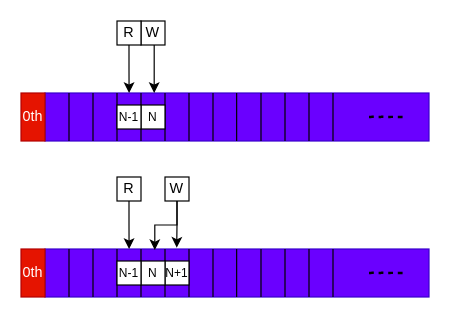
Earlier version of the draw.io diagram Form Workshop/images/sb4.drawio (AnaIPereira/Presentations). Source tidied: cells renumbered, new cells numbered last; positions are measured from the earlier drawing's top-left corner, leaving out a move shared by most shapes. Both pictures are drawn from the tidied source at 120%, with x=0, y=0 at pixel (20, 20).
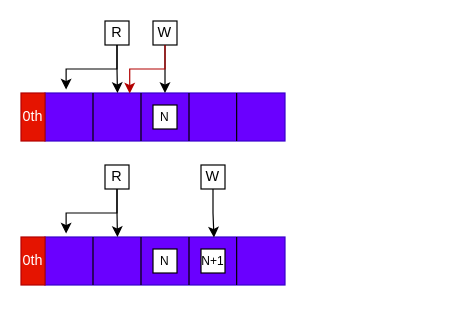
The same page after the edit.

Change to the diagram source:
```diff
@@
     <mxCell id="2" style="rounded=0;whiteSpace=wrap;html=1;fillColor=light-dark(#6A00FF,#7F00FF);strokeColor=#3700CC;fontColor=#ffffff;" parent="1" vertex="1">
-      <mxGeometry x="20" y="60" width="320" height="40" as="geometry" />
+      <mxGeometry x="20" y="60" width="200" height="40" as="geometry" />
     </mxCell>
@@
-    <mxCell id="4" style="endArrow=none;html=1;rounded=0;" parent="1" edge="1">
-      <mxGeometry relative="1" as="geometry">
-        <mxPoint x="40" y="100" as="sourcePoint" />
-        <mxPoint x="40" y="60" as="targetPoint" />
-      </mxGeometry>
-    </mxCell>
-    <mxCell id="5" style="endArrow=none;html=1;rounded=0;" parent="1" edge="1">
-      <mxGeometry relative="1" as="geometry">
-        <mxPoint x="80" y="100" as="sourcePoint" />
-        <mxPoint x="80" y="60" as="targetPoint" />
-      </mxGeometry>
-    </mxCell>
@@
-    <mxCell id="7" style="endArrow=none;html=1;rounded=0;" parent="1" edge="1">
-      <mxGeometry relative="1" as="geometry">
-        <mxPoint x="120" y="100" as="sourcePoint" />
-        <mxPoint x="120" y="60" as="targetPoint" />
-      </mxGeometry>
-    </mxCell>
@@
-    <mxCell id="9" style="endArrow=none;html=1;rounded=0;" parent="1" edge="1">
-      <mxGeometry relative="1" as="geometry">
-        <mxPoint x="200" y="100" as="sourcePoint" />
-        <mxPoint x="200" y="60" as="targetPoint" />
-      </mxGeometry>
-    </mxCell>
-    <mxCell id="10" style="endArrow=none;html=1;rounded=0;" parent="1" edge="1">
-      <mxGeometry relative="1" as="geometry">
-        <mxPoint x="160" y="100" as="sourcePoint" />
-        <mxPoint x="160" y="60" as="targetPoint" />
-      </mxGeometry>
-    </mxCell>
@@
-    <mxCell id="12" style="endArrow=none;dashed=1;html=1;dashPattern=1 3;strokeWidth=2;rounded=0;" parent="1" edge="1">
-      <mxGeometry relative="1" as="geometry">
-        <mxPoint x="290" y="80" as="sourcePoint" />
-        <mxPoint x="289" y="79.7" as="targetPoint" />
-        <Array as="points">
-          <mxPoint x="320" y="80" />
-        </Array>
-      </mxGeometry>
-    </mxCell>
-    <mxCell id="13" style="endArrow=none;html=1;rounded=0;" parent="1" edge="1">
-      <mxGeometry relative="1" as="geometry">
-        <mxPoint x="240" y="100" as="sourcePoint" />
-        <mxPoint x="240" y="60" as="targetPoint" />
-      </mxGeometry>
-    </mxCell>
-    <mxCell id="14" style="endArrow=none;html=1;rounded=0;" parent="1" edge="1">
-      <mxGeometry relative="1" as="geometry">
-        <mxPoint x="260" y="100" as="sourcePoint" />
-        <mxPoint x="260" y="60" as="targetPoint" />
-      </mxGeometry>
-    </mxCell>
-    <mxCell id="15" style="endArrow=none;html=1;rounded=0;" parent="1" edge="1">
-      <mxGeometry relative="1" as="geometry">
-        <mxPoint x="220" y="100" as="sourcePoint" />
-        <mxPoint x="220" y="60" as="targetPoint" />
-      </mxGeometry>
-    </mxCell>
@@
+    <mxCell id="46" style="edgeStyle=orthogonalEdgeStyle;rounded=0;jettySize=auto;html=1;entryX=0.5;entryY=0;entryDx=0;entryDy=0;" parent="1" edge="1" source="17" target="2">
+      <mxGeometry relative="1" as="geometry" />
+    </mxCell>
     <mxCell id="17" value="W" style="rounded=0;whiteSpace=wrap;html=1;" parent="1" vertex="1">
-      <mxGeometry x="100" width="20" height="20" as="geometry" />
+      <mxGeometry x="110" width="20" height="20" as="geometry" />
     </mxCell>
-    <mxCell id="18" style="edgeStyle=orthogonalEdgeStyle;rounded=0;jettySize=auto;html=1;" parent="1" edge="1" source="17">
-      <mxGeometry relative="1" as="geometry">
-        <mxPoint x="111" y="60" as="targetPoint" />
-        <Array as="points">
-          <mxPoint x="110" y="60" />
-        </Array>
-      </mxGeometry>
-    </mxCell>
     <mxCell id="19" value="R" style="rounded=0;whiteSpace=wrap;html=1;" parent="1" vertex="1">
-      <mxGeometry x="80" width="20" height="20" as="geometry" />
+      <mxGeometry x="70" width="20" height="20" as="geometry" />
     </mxCell>
-    <mxCell id="20" style="edgeStyle=orthogonalEdgeStyle;rounded=0;jettySize=auto;html=1;entryX=0.219;entryY=0;entryDx=0;entryDy=0;entryPerimeter=0;" parent="1" edge="1" source="19" target="2">
-      <mxGeometry relative="1" as="geometry" />
-    </mxCell>
-    <mxCell id="21" style="rounded=0;whiteSpace=wrap;html=1;fillColor=light-dark(#6A00FF,#7F00FF);strokeColor=#3700CC;fontColor=#ffffff;" parent="1" vertex="1">
-      <mxGeometry x="20" y="190" width="320" height="40" as="geometry" />
-    </mxCell>
-    <mxCell id="22" style="endArrow=none;html=1;rounded=0;" parent="1" edge="1">
-      <mxGeometry relative="1" as="geometry">
-        <mxPoint x="100" y="230" as="sourcePoint" />
-        <mxPoint x="100" y="190" as="targetPoint" />
-      </mxGeometry>
-    </mxCell>
-    <mxCell id="23" style="endArrow=none;html=1;rounded=0;" parent="1" edge="1">
-      <mxGeometry relative="1" as="geometry">
-        <mxPoint x="40" y="230" as="sourcePoint" />
-        <mxPoint x="40" y="190" as="targetPoint" />
-      </mxGeometry>
-    </mxCell>
-    <mxCell id="24" style="endArrow=none;html=1;rounded=0;" parent="1" edge="1">
-      <mxGeometry relative="1" as="geometry">
-        <mxPoint x="80" y="230" as="sourcePoint" />
-        <mxPoint x="80" y="190" as="targetPoint" />
-      </mxGeometry>
-    </mxCell>
-    <mxCell id="25" style="endArrow=none;html=1;rounded=0;" parent="1" edge="1">
-      <mxGeometry relative="1" as="geometry">
-        <mxPoint x="60" y="230" as="sourcePoint" />
-        <mxPoint x="60" y="190" as="targetPoint" />
-      </mxGeometry>
-    </mxCell>
-    <mxCell id="26" style="endArrow=none;html=1;rounded=0;" parent="1" edge="1">
-      <mxGeometry relative="1" as="geometry">
-        <mxPoint x="120" y="230" as="sourcePoint" />
-        <mxPoint x="120" y="190" as="targetPoint" />
-      </mxGeometry>
-    </mxCell>
-    <mxCell id="27" style="endArrow=none;html=1;rounded=0;" parent="1" edge="1">
-      <mxGeometry relative="1" as="geometry">
-        <mxPoint x="179.7" y="230" as="sourcePoint" />
-        <mxPoint x="179.7" y="190" as="targetPoint" />
-      </mxGeometry>
-    </mxCell>
-    <mxCell id="28" style="endArrow=none;html=1;rounded=0;" parent="1" edge="1">
-      <mxGeometry relative="1" as="geometry">
-        <mxPoint x="200" y="230" as="sourcePoint" />
-        <mxPoint x="200" y="190" as="targetPoint" />
-      </mxGeometry>
-    </mxCell>
-    <mxCell id="29" style="endArrow=none;html=1;rounded=0;" parent="1" edge="1">
-      <mxGeometry relative="1" as="geometry">
-        <mxPoint x="160" y="230" as="sourcePoint" />
-        <mxPoint x="160" y="190" as="targetPoint" />
-      </mxGeometry>
-    </mxCell>
-    <mxCell id="30" style="endArrow=none;html=1;rounded=0;" parent="1" edge="1">
-      <mxGeometry relative="1" as="geometry">
-        <mxPoint x="140" y="230" as="sourcePoint" />
-        <mxPoint x="140" y="190" as="targetPoint" />
-      </mxGeometry>
-    </mxCell>
-    <mxCell id="31" style="endArrow=none;dashed=1;html=1;dashPattern=1 3;strokeWidth=2;rounded=0;" parent="1" edge="1">
-      <mxGeometry relative="1" as="geometry">
-        <mxPoint x="290" y="210" as="sourcePoint" />
-        <mxPoint x="289" y="209.7" as="targetPoint" />
-        <Array as="points">
-          <mxPoint x="320" y="210" />
-        </Array>
-      </mxGeometry>
-    </mxCell>
-    <mxCell id="32" style="endArrow=none;html=1;rounded=0;" parent="1" edge="1">
-      <mxGeometry relative="1" as="geometry">
-        <mxPoint x="240" y="230" as="sourcePoint" />
-        <mxPoint x="240" y="190" as="targetPoint" />
-      </mxGeometry>
-    </mxCell>
-    <mxCell id="33" style="endArrow=none;html=1;rounded=0;" parent="1" edge="1">
-      <mxGeometry relative="1" as="geometry">
-        <mxPoint x="260" y="230" as="sourcePoint" />
-        <mxPoint x="260" y="190" as="targetPoint" />
-      </mxGeometry>
-    </mxCell>
-    <mxCell id="34" style="endArrow=none;html=1;rounded=0;" parent="1" edge="1">
-      <mxGeometry relative="1" as="geometry">
-        <mxPoint x="220" y="230" as="sourcePoint" />
-        <mxPoint x="220" y="190" as="targetPoint" />
-      </mxGeometry>
-    </mxCell>
+    <mxCell id="41" value="&lt;font style=&quot;font-size: 10px;&quot;&gt;N&lt;/font&gt;" style="rounded=0;whiteSpace=wrap;html=1;" parent="1" vertex="1">
+      <mxGeometry x="110" y="70" width="20" height="20" as="geometry" />
+    </mxCell>
+    <mxCell id="47" style="edgeStyle=orthogonalEdgeStyle;rounded=0;jettySize=auto;html=1;entryX=0.302;entryY=0.001;entryDx=0;entryDy=0;entryPerimeter=0;" parent="1" edge="1" source="19" target="2">
+      <mxGeometry relative="1" as="geometry" />
+    </mxCell>
+    <mxCell id="48" style="edgeStyle=orthogonalEdgeStyle;rounded=0;jettySize=auto;html=1;entryX=0.088;entryY=-0.073;entryDx=0;entryDy=0;entryPerimeter=0;" parent="1" edge="1" source="19" target="2">
+      <mxGeometry relative="1" as="geometry" />
+    </mxCell>
+    <mxCell id="49" style="rounded=0;whiteSpace=wrap;html=1;fillColor=light-dark(#6A00FF,#7F00FF);strokeColor=#3700CC;fontColor=#ffffff;" parent="1" vertex="1">
+      <mxGeometry x="20" y="180" width="200" height="40" as="geometry" />
+    </mxCell>
+    <mxCell id="50" style="endArrow=none;html=1;rounded=0;" parent="1" edge="1">
+      <mxGeometry relative="1" as="geometry">
+        <mxPoint x="100" y="220" as="sourcePoint" />
+        <mxPoint x="100" y="180" as="targetPoint" />
+      </mxGeometry>
+    </mxCell>
+    <mxCell id="51" style="endArrow=none;html=1;rounded=0;" parent="1" edge="1">
+      <mxGeometry relative="1" as="geometry">
+        <mxPoint x="60" y="220" as="sourcePoint" />
+        <mxPoint x="60" y="180" as="targetPoint" />
+      </mxGeometry>
+    </mxCell>
+    <mxCell id="52" style="endArrow=none;html=1;rounded=0;" parent="1" edge="1">
+      <mxGeometry relative="1" as="geometry">
+        <mxPoint x="179.7" y="220" as="sourcePoint" />
+        <mxPoint x="179.7" y="180" as="targetPoint" />
+      </mxGeometry>
+    </mxCell>
+    <mxCell id="53" style="endArrow=none;html=1;rounded=0;" parent="1" edge="1">
+      <mxGeometry relative="1" as="geometry">
+        <mxPoint x="140" y="220" as="sourcePoint" />
+        <mxPoint x="140" y="180" as="targetPoint" />
+      </mxGeometry>
+    </mxCell>
     <mxCell id="35" value="0th" style="rounded=0;whiteSpace=wrap;html=1;fillColor=#e51400;fontColor=#ffffff;strokeColor=#B20000;" parent="1" vertex="1">
-      <mxGeometry y="190" width="20" height="40" as="geometry" />
+      <mxGeometry y="180" width="20" height="40" as="geometry" />
     </mxCell>
     <mxCell id="36" value="W" style="rounded=0;whiteSpace=wrap;html=1;" parent="1" vertex="1">
-      <mxGeometry x="120" y="130" width="20" height="20" as="geometry" />
+      <mxGeometry x="150" y="120" width="20" height="20" as="geometry" />
     </mxCell>
     <mxCell id="37" value="R" style="rounded=0;whiteSpace=wrap;html=1;" parent="1" vertex="1">
-      <mxGeometry x="80" y="130" width="20" height="20" as="geometry" />
+      <mxGeometry x="70" y="120" width="20" height="20" as="geometry" />
     </mxCell>
-    <mxCell id="38" style="edgeStyle=orthogonalEdgeStyle;rounded=0;jettySize=auto;html=1;entryX=0.219;entryY=0;entryDx=0;entryDy=0;entryPerimeter=0;" parent="1" edge="1" source="37" target="21">
-      <mxGeometry relative="1" as="geometry" />
-    </mxCell>
-    <mxCell id="39" style="edgeStyle=orthogonalEdgeStyle;rounded=0;jettySize=auto;html=1;entryX=0.343;entryY=-0.028;entryDx=0;entryDy=0;entryPerimeter=0;" parent="1" edge="1" source="36" target="21">
-      <mxGeometry relative="1" as="geometry" />
-    </mxCell>
-    <mxCell id="40" style="edgeStyle=orthogonalEdgeStyle;rounded=0;jettySize=auto;html=1;entryX=0.286;entryY=0.023;entryDx=0;entryDy=0;entryPerimeter=0;" parent="1" edge="1" source="36" target="21">
-      <mxGeometry relative="1" as="geometry" />
-    </mxCell>
-    <mxCell id="41" value="&lt;font style=&quot;font-size: 10px;&quot;&gt;N&lt;/font&gt;" style="rounded=0;whiteSpace=wrap;html=1;" parent="1" vertex="1">
-      <mxGeometry x="100" y="70" width="20" height="20" as="geometry" />
-    </mxCell>
-    <mxCell id="42" value="&lt;font style=&quot;font-size: 10px;&quot;&gt;N-1&lt;/font&gt;" style="rounded=0;whiteSpace=wrap;html=1;" parent="1" vertex="1">
-      <mxGeometry x="80" y="70" width="20" height="20" as="geometry" />
-    </mxCell>
+    <mxCell id="44" value="&lt;font style=&quot;font-size: 10px;&quot;&gt;N&lt;/font&gt;" style="rounded=0;whiteSpace=wrap;html=1;" parent="1" vertex="1">
+      <mxGeometry x="110" y="190" width="20" height="20" as="geometry" />
+    </mxCell>
+    <mxCell id="54" style="edgeStyle=orthogonalEdgeStyle;rounded=0;jettySize=auto;html=1;entryX=0.302;entryY=0.001;entryDx=0;entryDy=0;entryPerimeter=0;" parent="1" edge="1" source="37" target="49">
+      <mxGeometry relative="1" as="geometry" />
+    </mxCell>
+    <mxCell id="55" style="edgeStyle=orthogonalEdgeStyle;rounded=0;jettySize=auto;html=1;entryX=0.088;entryY=-0.073;entryDx=0;entryDy=0;entryPerimeter=0;" parent="1" edge="1" source="37" target="49">
+      <mxGeometry relative="1" as="geometry" />
+    </mxCell>
-    <mxCell id="43" value="&lt;font style=&quot;font-size: 10px;&quot;&gt;N+1&lt;/font&gt;" style="rounded=0;whiteSpace=wrap;html=1;" parent="1" vertex="1">
-      <mxGeometry x="120" y="200" width="20" height="20" as="geometry" />
+    <mxCell id="43" value="&lt;span style=&quot;font-size: 10px;&quot;&gt;N+1&lt;/span&gt;" style="rounded=0;whiteSpace=wrap;html=1;" parent="1" vertex="1">
+      <mxGeometry x="150" y="190" width="20" height="20" as="geometry" />
     </mxCell>
-    <mxCell id="44" value="&lt;font style=&quot;font-size: 10px;&quot;&gt;N&lt;/font&gt;" style="rounded=0;whiteSpace=wrap;html=1;" parent="1" vertex="1">
-      <mxGeometry x="100" y="200" width="20" height="20" as="geometry" />
-    </mxCell>
-    <mxCell id="45" value="&lt;font style=&quot;font-size: 10px;&quot;&gt;N-1&lt;/font&gt;" style="rounded=0;whiteSpace=wrap;html=1;" parent="1" vertex="1">
-      <mxGeometry x="80" y="200" width="20" height="20" as="geometry" />
-    </mxCell>
+    <mxCell id="56" style="edgeStyle=orthogonalEdgeStyle;rounded=0;jettySize=auto;html=1;entryX=0.704;entryY=0.01;entryDx=0;entryDy=0;entryPerimeter=0;" parent="1" edge="1" source="36" target="49">
+      <mxGeometry relative="1" as="geometry" />
+    </mxCell>
+    <mxCell id="57" style="edgeStyle=orthogonalEdgeStyle;rounded=0;jettySize=auto;html=1;entryX=0.353;entryY=0.01;entryDx=0;entryDy=0;entryPerimeter=0;fillColor=#e51400;strokeColor=#B20000;" parent="1" edge="1" source="17" target="2">
+      <mxGeometry relative="1" as="geometry" />
+    </mxCell>
```
